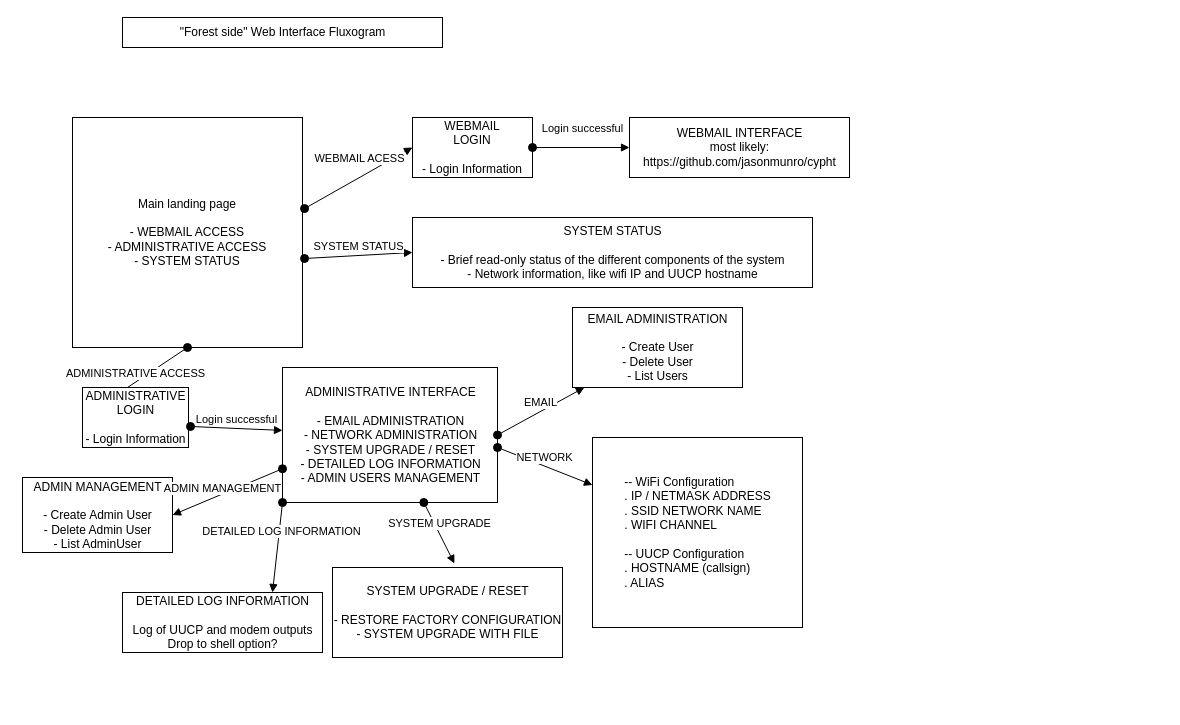
This is interface_fluxogram.drawio from DigitalHERMES/interface, a draw.io file, before an edit. Source tidied: cells renumbered, new cells numbered last; positions are measured from the earlier drawing's top-left corner, leaving out a move shared by most shapes. Both pictures are drawn from the tidied source at 100%, with x=0, y=0 at pixel (22, 17).
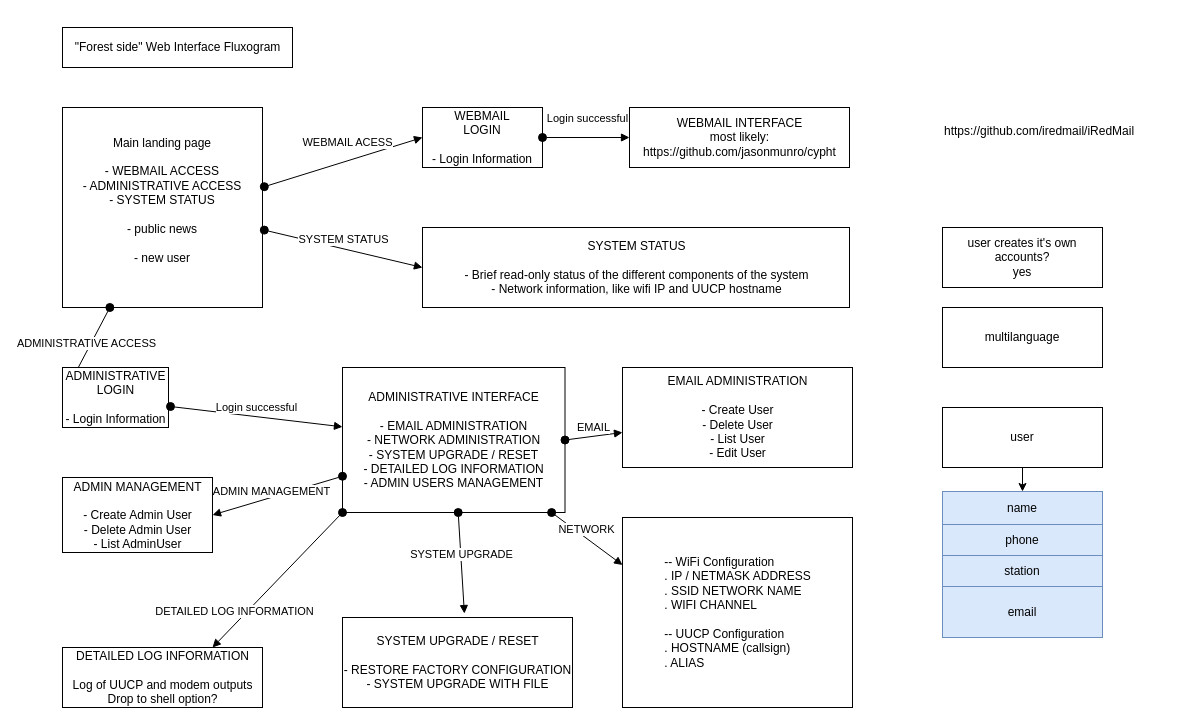
Above is the later version.

What changed in the source:
```diff
@@
-    <mxCell id="2" value="&lt;div&gt;Main landing page&lt;/div&gt;&lt;div&gt;&lt;br&gt;&lt;/div&gt;&lt;div&gt;- WEBMAIL ACCESS&lt;/div&gt;&lt;div&gt;- ADMINISTRATIVE ACCESS&lt;/div&gt;&lt;div&gt;- SYSTEM STATUS&lt;br&gt;&lt;/div&gt;" style="whiteSpace=wrap;html=1;" parent="1" vertex="1">
-      <mxGeometry x="50" y="100" width="230" height="230" as="geometry" />
+    <mxCell id="2" value="&lt;div&gt;Main landing page&lt;/div&gt;&lt;div&gt;&lt;br&gt;&lt;/div&gt;&lt;div&gt;- WEBMAIL ACCESS&lt;/div&gt;&lt;div&gt;- ADMINISTRATIVE ACCESS&lt;/div&gt;&lt;div&gt;- SYSTEM STATUS&lt;br&gt;&lt;/div&gt;&lt;div&gt;&lt;br&gt;&lt;/div&gt;&lt;div&gt;- public news&lt;/div&gt;&lt;div&gt;&lt;br&gt;&lt;/div&gt;&lt;div&gt;- new user&lt;/div&gt;&lt;div&gt;&lt;br&gt;&lt;/div&gt;" style="whiteSpace=wrap;html=1;" parent="1" vertex="1">
+      <mxGeometry x="40" y="90" width="200" height="200" as="geometry" />
     </mxCell>
     <mxCell id="3" value="&lt;div&gt;WEBMAIL&lt;/div&gt;&lt;div&gt;LOGIN&lt;br&gt;&lt;/div&gt;&lt;div&gt;&lt;br&gt;&lt;/div&gt;&lt;div&gt;- Login Information&lt;/div&gt;" style="rounded=0;whiteSpace=wrap;html=1;" parent="1" vertex="1">
-      <mxGeometry x="390" y="100" width="120" height="60" as="geometry" />
+      <mxGeometry x="400" y="90" width="120" height="60" as="geometry" />
     </mxCell>
@@
     <mxCell id="5" value="&lt;div&gt;SYSTEM STATUS&lt;/div&gt;&lt;div&gt;&lt;br&gt;&lt;/div&gt;&lt;div&gt;- Brief read-only status of the different components of the system&lt;/div&gt;&lt;div&gt;- Network information, like wifi IP and UUCP hostname&lt;br&gt;&lt;/div&gt;" style="html=1;" parent="1" vertex="1">
-      <mxGeometry x="390" y="200" width="400" height="70" as="geometry" />
+      <mxGeometry x="400" y="210" width="427" height="80" as="geometry" />
     </mxCell>
@@
     <mxCell id="7" value="&lt;div&gt;WEBMAIL INTERFACE&lt;br&gt;&lt;/div&gt;&lt;div&gt;most likely:&lt;/div&gt;&lt;div&gt; https://github.com/jasonmunro/cypht&lt;br&gt;&lt;/div&gt;" style="html=1;" parent="1" vertex="1">
-      <mxGeometry x="607" y="100" width="220" height="60" as="geometry" />
+      <mxGeometry x="607" y="90" width="220" height="60" as="geometry" />
     </mxCell>
-    <mxCell id="8" value="&lt;div&gt;ADMINISTRATIVE ACCESS&lt;/div&gt;" style="html=1;verticalAlign=bottom;startArrow=oval;startFill=1;endArrow=block;startSize=8;entryX=0;entryY=0.5;entryDx=0;entryDy=0;exitX=0.5;exitY=1;exitDx=0;exitDy=0;" parent="1" edge="1" source="2" target="11">
+    <mxCell id="8" value="&lt;div&gt;ADMINISTRATIVE ACCESS&lt;/div&gt;" style="html=1;verticalAlign=bottom;startArrow=oval;startFill=1;endArrow=block;startSize=8;entryX=0;entryY=0.5;entryDx=0;entryDy=0;" parent="1" edge="1" source="2" target="11">
       <mxGeometry relative="1" as="geometry" />
     </mxCell>
@@
     <mxCell id="10" value="&lt;div&gt;ADMINISTRATIVE INTERFACE&lt;/div&gt;&lt;div&gt;&lt;br&gt;&lt;/div&gt;&lt;div&gt;- EMAIL ADMINISTRATION&lt;/div&gt;&lt;div&gt;- NETWORK ADMINISTRATION&lt;/div&gt;&lt;div&gt;- SYSTEM UPGRADE / RESET&lt;br&gt;&lt;/div&gt;&lt;div&gt;- DETAILED LOG INFORMATION&lt;/div&gt;&lt;div&gt;- ADMIN USERS MANAGEMENT&lt;br&gt;&lt;/div&gt;" style="html=1;" parent="1" vertex="1">
-      <mxGeometry x="260" y="350" width="215" height="135" as="geometry" />
+      <mxGeometry x="320" y="350" width="222.5" height="145" as="geometry" />
     </mxCell>
     <mxCell id="11" value="&lt;div&gt;ADMINISTRATIVE&lt;/div&gt;&lt;div&gt;LOGIN&lt;/div&gt;&lt;div&gt;&lt;br&gt;&lt;/div&gt;&lt;div&gt;- Login Information&lt;br&gt;&lt;/div&gt;" style="html=1;" parent="1" vertex="1">
-      <mxGeometry x="60" y="370" width="106" height="60" as="geometry" />
+      <mxGeometry x="40" y="350" width="106" height="60" as="geometry" />
     </mxCell>
@@
     <mxCell id="13" value="&quot;Forest side&quot; Web Interface Fluxogram" style="html=1;" parent="1" vertex="1">
-      <mxGeometry x="100" width="320" height="30" as="geometry" />
+      <mxGeometry x="40" y="10" width="230" height="40" as="geometry" />
     </mxCell>
@@
-    <mxCell id="15" value="&lt;div&gt;EMAIL ADMINISTRATION&lt;/div&gt;&lt;div&gt;&lt;br&gt;&lt;/div&gt;&lt;div&gt;- Create User&lt;/div&gt;&lt;div&gt;- Delete User&lt;/div&gt;&lt;div&gt;- List Users&lt;br&gt;&lt;/div&gt;" style="html=1;" parent="1" vertex="1">
-      <mxGeometry x="550" y="290" width="170" height="80" as="geometry" />
+    <mxCell id="15" value="&lt;div&gt;EMAIL ADMINISTRATION&lt;/div&gt;&lt;div&gt;&lt;br&gt;&lt;/div&gt;&lt;div&gt;- Create User&lt;/div&gt;&lt;div&gt;- Delete User&lt;/div&gt;&lt;div&gt;- List User&lt;/div&gt;&lt;div&gt;- Edit User&lt;/div&gt;" style="html=1;" parent="1" vertex="1">
+      <mxGeometry x="600" y="350" width="230" height="100" as="geometry" />
     </mxCell>
     <mxCell id="16" value="&lt;div align=&quot;left&quot;&gt;-- WiFi Configuration&lt;/div&gt;&lt;div align=&quot;left&quot;&gt;. IP / NETMASK ADDRESS&lt;/div&gt;&lt;div align=&quot;left&quot;&gt;. SSID NETWORK NAME&lt;/div&gt;&lt;div align=&quot;left&quot;&gt;. WIFI CHANNEL&lt;/div&gt;&lt;div align=&quot;left&quot;&gt;&lt;br&gt;&lt;/div&gt;&lt;div align=&quot;left&quot;&gt;-- UUCP Configuration&lt;/div&gt;&lt;div align=&quot;left&quot;&gt;. HOSTNAME (callsign)&lt;br&gt;&lt;/div&gt;&lt;div align=&quot;left&quot;&gt;. ALIAS&lt;br&gt;&lt;/div&gt;" style="html=1;" parent="1" vertex="1">
-      <mxGeometry x="570" y="420" width="210" height="190" as="geometry" />
+      <mxGeometry x="600" y="500" width="230" height="190" as="geometry" />
     </mxCell>
-    <mxCell id="17" value="NETWORK" style="html=1;verticalAlign=bottom;startArrow=oval;startFill=1;endArrow=block;startSize=8;entryX=0;entryY=0.25;entryDx=0;entryDy=0;" parent="1" edge="1" target="16">
-      <mxGeometry relative="1" as="geometry">
-        <mxPoint x="475" y="430" as="sourcePoint" />
-      </mxGeometry>
+    <mxCell id="17" value="NETWORK" style="html=1;verticalAlign=bottom;startArrow=oval;startFill=1;endArrow=block;startSize=8;entryX=0;entryY=0.25;entryDx=0;entryDy=0;" parent="1" edge="1" source="10" target="16">
+      <mxGeometry relative="1" as="geometry" />
     </mxCell>
     <mxCell id="18" value="&lt;div&gt;SYSTEM UPGRADE / RESET&lt;/div&gt;&lt;div&gt;&lt;br&gt;&lt;/div&gt;&lt;div&gt;- RESTORE FACTORY CONFIGURATION&lt;/div&gt;&lt;div&gt;- SYSTEM UPGRADE WITH FILE&lt;br&gt;&lt;/div&gt;" style="html=1;" parent="1" vertex="1">
-      <mxGeometry x="310" y="550" width="230" height="90" as="geometry" />
+      <mxGeometry x="320" y="600" width="230" height="90" as="geometry" />
     </mxCell>
@@
     <mxCell id="20" value="&lt;div&gt;DETAILED LOG INFORMATION&lt;/div&gt;&lt;div&gt;&lt;br&gt;&lt;/div&gt;&lt;div&gt;Log of UUCP and modem outputs&lt;/div&gt;&lt;div&gt;Drop to shell option?&lt;br&gt;&lt;/div&gt;" style="html=1;" parent="1" vertex="1">
-      <mxGeometry x="100" y="575" width="200" height="60" as="geometry" />
+      <mxGeometry x="40" y="630" width="200" height="60" as="geometry" />
     </mxCell>
     <mxCell id="21" value="DETAILED LOG INFORMATION" style="html=1;verticalAlign=bottom;startArrow=oval;startFill=1;endArrow=block;startSize=8;exitX=0;exitY=1;exitDx=0;exitDy=0;entryX=0.75;entryY=0;entryDx=0;entryDy=0;" parent="1" edge="1" source="10" target="20">
-      <mxGeometry x="-0.16" y="3" relative="1" as="geometry" />
+      <mxGeometry x="0.63" y="-3" relative="1" as="geometry" />
     </mxCell>
     <mxCell id="22" value="&lt;div&gt;ADMIN MANAGEMENT&lt;/div&gt;&lt;div&gt;&lt;br&gt;&lt;/div&gt;&lt;div&gt;- Create Admin User&lt;/div&gt;&lt;div&gt;- Delete Admin User&lt;/div&gt;&lt;div&gt;- List AdminUser&lt;br&gt;&lt;/div&gt;" style="html=1;" parent="1" vertex="1">
-      <mxGeometry y="460" width="150" height="75" as="geometry" />
+      <mxGeometry x="40" y="460" width="150" height="75" as="geometry" />
     </mxCell>
@@
+    <mxCell id="24" value="https://github.com/iredmail/iRedMail" style="text;whiteSpace=wrap;html=1;" parent="1" vertex="1">
+      <mxGeometry x="920" y="100" width="220" height="30" as="geometry" />
+    </mxCell>
+    <mxCell id="25" value="user creates it's own accounts?&lt;br&gt;yes" style="whiteSpace=wrap;html=1;" parent="1" vertex="1">
+      <mxGeometry x="920" y="210" width="160" height="60" as="geometry" />
+    </mxCell>
+    <mxCell id="26" value="multilanguage" style="rounded=0;whiteSpace=wrap;html=1;" parent="1" vertex="1">
+      <mxGeometry x="920" y="290" width="160" height="60" as="geometry" />
+    </mxCell>
+    <mxCell id="27" style="edgeStyle=orthogonalEdgeStyle;rounded=0;jettySize=auto;html=1;exitX=0.5;exitY=1;exitDx=0;exitDy=0;entryX=0.5;entryY=0;entryDx=0;entryDy=0;" parent="1" edge="1" source="28" target="29">
+      <mxGeometry relative="1" as="geometry" />
+    </mxCell>
+    <mxCell id="28" value="user" style="rounded=0;whiteSpace=wrap;html=1;" parent="1" vertex="1">
+      <mxGeometry x="920" y="390" width="160" height="60" as="geometry" />
+    </mxCell>
+    <mxCell id="29" value="name" style="rounded=0;whiteSpace=wrap;html=1;fillColor=#dae8fc;strokeColor=#6c8ebf;" parent="1" vertex="1">
+      <mxGeometry x="920" y="474" width="160" height="33" as="geometry" />
+    </mxCell>
+    <mxCell id="30" value="phone" style="rounded=0;whiteSpace=wrap;html=1;fillColor=#dae8fc;strokeColor=#6c8ebf;" parent="1" vertex="1">
+      <mxGeometry x="920" y="507" width="160" height="31" as="geometry" />
+    </mxCell>
+    <mxCell id="31" style="edgeStyle=orthogonalEdgeStyle;rounded=0;orthogonalLoop=1;jettySize=auto;html=1;exitX=0.5;exitY=1;exitDx=0;exitDy=0;fillColor=#dae8fc;strokeColor=#6c8ebf;" parent="1" edge="1" source="30" target="30">
+      <mxGeometry relative="1" as="geometry" />
+    </mxCell>
+    <mxCell id="32" value="station" style="rounded=0;whiteSpace=wrap;html=1;fillColor=#dae8fc;strokeColor=#6c8ebf;" parent="1" vertex="1">
+      <mxGeometry x="920" y="538" width="160" height="31" as="geometry" />
+    </mxCell>
+    <mxCell id="33" value="email" style="rounded=0;whiteSpace=wrap;html=1;fillColor=#dae8fc;strokeColor=#6c8ebf;" parent="1" vertex="1">
+      <mxGeometry x="920" y="569" width="160" height="51" as="geometry" />
+    </mxCell>
+    <mxCell id="34" style="edgeStyle=orthogonalEdgeStyle;rounded=0;orthogonalLoop=1;jettySize=auto;html=1;exitX=0.5;exitY=1;exitDx=0;exitDy=0;" parent="1" edge="1" source="2" target="2">
+      <mxGeometry relative="1" as="geometry" />
+    </mxCell>
```
